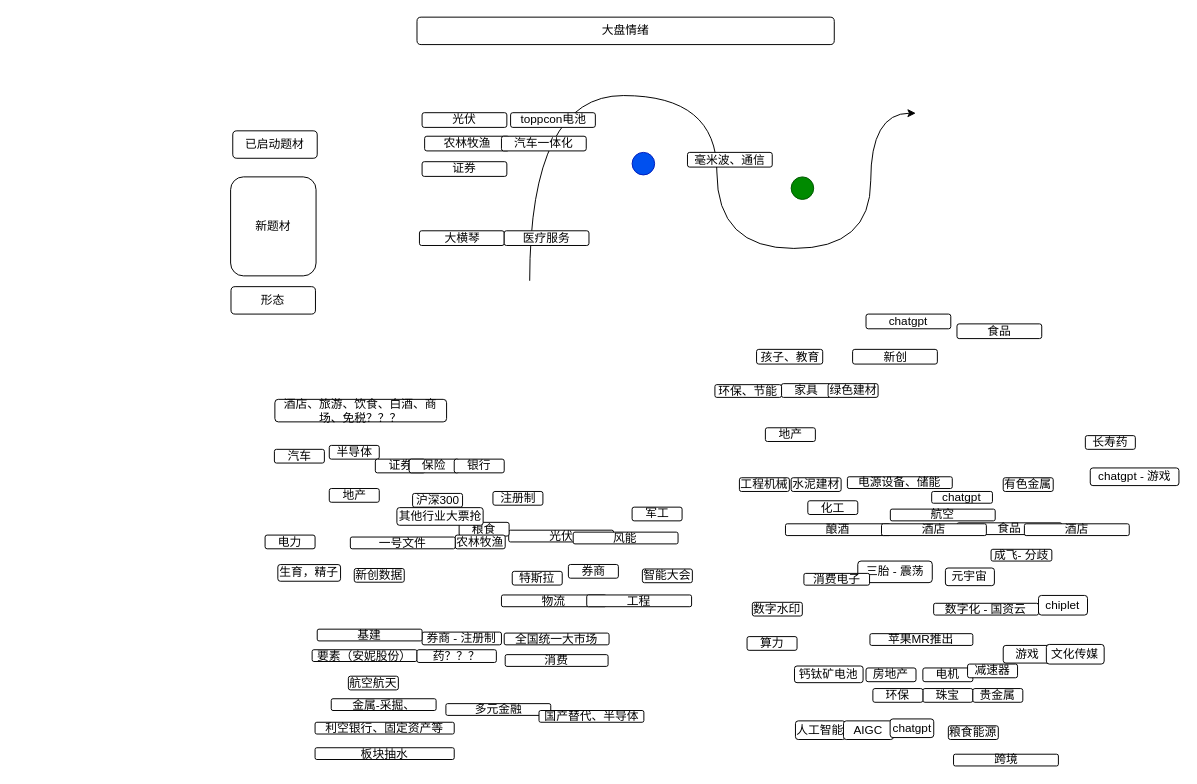
The draw.io diagram menus/每日头脑风暴.drawio in Asamiyaa/microservice-k8s-yun, before the edit. Source tidied: cells renumbered, new cells numbered last; positions are measured from the earlier drawing's top-left corner, leaving out a move shared by most shapes. Both pictures are drawn from the tidied source at 98%, with x=0, y=0 at pixel (230, 17).
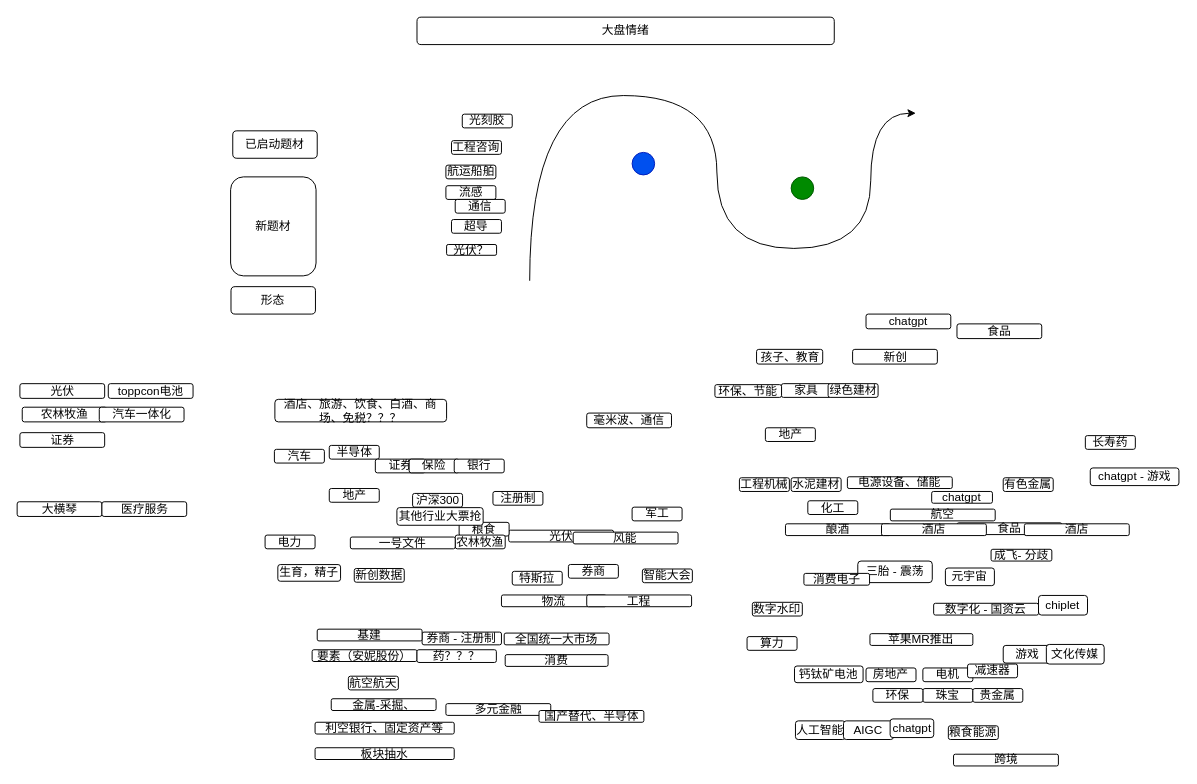
Above is the later version.

Commit message:
更新每日头脑风暴.drawio

Diff of the diagram source:
```diff
@@
     <mxCell id="82" value="毫米波、通信" style="rounded=1;whiteSpace=wrap;html=1;" parent="1" vertex="1">
-      <mxGeometry x="466" y="138" width="86.5" height="15" as="geometry" />
+      <mxGeometry x="363.2" y="404" width="86.5" height="15" as="geometry" />
     </mxCell>
@@
     <mxCell id="90" value="光伏" style="rounded=1;whiteSpace=wrap;html=1;" parent="1" vertex="1">
-      <mxGeometry x="195.2" y="97.5" width="86.5" height="15" as="geometry" />
+      <mxGeometry x="-215.2" y="374" width="86.5" height="15" as="geometry" />
     </mxCell>
     <mxCell id="91" value="toppcon电池" style="rounded=1;whiteSpace=wrap;html=1;" parent="1" vertex="1">
-      <mxGeometry x="285.5" y="97.5" width="86.5" height="15" as="geometry" />
+      <mxGeometry x="-125" y="374" width="86.5" height="15" as="geometry" />
     </mxCell>
     <mxCell id="92" value="农林牧渔" style="rounded=1;whiteSpace=wrap;html=1;" parent="1" vertex="1">
-      <mxGeometry x="197.8" y="121.5" width="86.5" height="15" as="geometry" />
+      <mxGeometry x="-212.8" y="398" width="86.5" height="15" as="geometry" />
     </mxCell>
     <mxCell id="93" value="汽车一体化" style="rounded=1;whiteSpace=wrap;html=1;" parent="1" vertex="1">
-      <mxGeometry x="276.2" y="121.5" width="86.5" height="15" as="geometry" />
+      <mxGeometry x="-134.2" y="398" width="86.5" height="15" as="geometry" />
     </mxCell>
     <mxCell id="94" value="证券" style="rounded=1;whiteSpace=wrap;html=1;" parent="1" vertex="1">
-      <mxGeometry x="195.2" y="147.5" width="86.5" height="15" as="geometry" />
+      <mxGeometry x="-215.2" y="424" width="86.5" height="15" as="geometry" />
     </mxCell>
     <mxCell id="95" value="大横琴" style="rounded=1;whiteSpace=wrap;html=1;" parent="1" vertex="1">
-      <mxGeometry x="192.5" y="218" width="86.5" height="15" as="geometry" />
+      <mxGeometry x="-218" y="494.5" width="86.5" height="15" as="geometry" />
     </mxCell>
     <mxCell id="96" value="医疗服务" style="rounded=1;whiteSpace=wrap;html=1;" parent="1" vertex="1">
-      <mxGeometry x="279" y="218" width="86.5" height="15" as="geometry" />
+      <mxGeometry x="-131.5" y="494.5" width="86.5" height="15" as="geometry" />
     </mxCell>
+    <mxCell id="97" value="工程咨询" style="rounded=1;whiteSpace=wrap;html=1;" parent="1" vertex="1">
+      <mxGeometry x="225.2" y="126" width="51" height="14" as="geometry" />
+    </mxCell>
+    <mxCell id="98" value="航运船舶" style="rounded=1;whiteSpace=wrap;html=1;" parent="1" vertex="1">
+      <mxGeometry x="219.5" y="151" width="51" height="14" as="geometry" />
+    </mxCell>
+    <mxCell id="99" value="超导" style="rounded=1;whiteSpace=wrap;html=1;" parent="1" vertex="1">
+      <mxGeometry x="225.2" y="206.5" width="51" height="14" as="geometry" />
+    </mxCell>
+    <mxCell id="100" value="光伏？" style="rounded=1;whiteSpace=wrap;html=1;" parent="1" vertex="1">
+      <mxGeometry x="220.2" y="232" width="51" height="11" as="geometry" />
+    </mxCell>
+    <mxCell id="101" value="流感" style="rounded=1;whiteSpace=wrap;html=1;" parent="1" vertex="1">
+      <mxGeometry x="219.5" y="172" width="51" height="14" as="geometry" />
+    </mxCell>
+    <mxCell id="102" value="光刻胶" style="rounded=1;whiteSpace=wrap;html=1;" parent="1" vertex="1">
+      <mxGeometry x="236.2" y="99" width="51" height="14" as="geometry" />
+    </mxCell>
+    <mxCell id="103" value="通信" style="rounded=1;whiteSpace=wrap;html=1;" parent="1" vertex="1">
+      <mxGeometry x="229" y="186" width="51" height="14" as="geometry" />
+    </mxCell>
```
